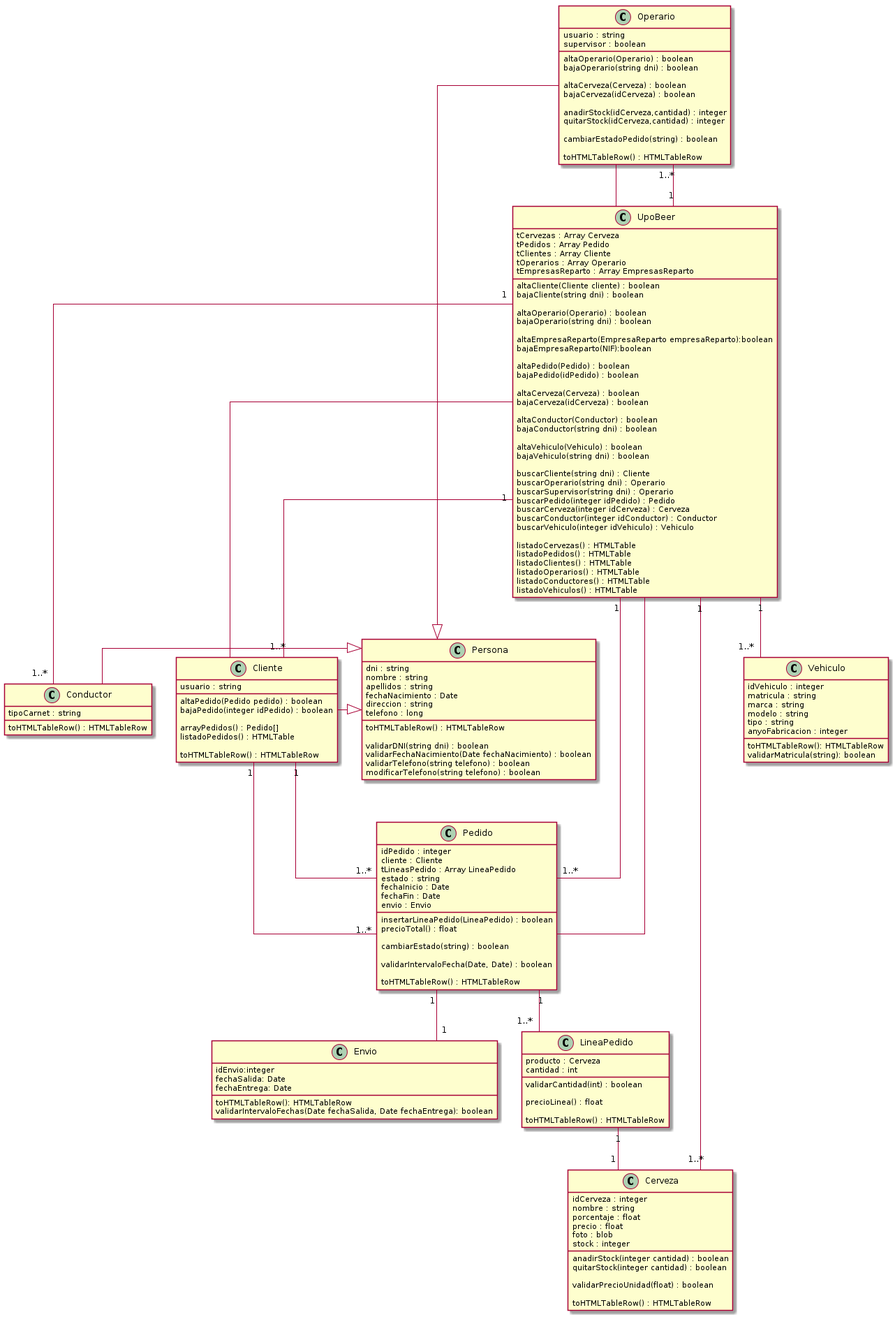
Earlier version of the PlantUML export doc/diagrama_clases.png (JavierMendezGomez/upobeer). The source it was exported from:
```plantuml
@startuml
skinparam linetype polyline
skinparam linetype ortho

class Persona{
	dni : string
	nombre : string
	apellidos : string
	fechaNacimiento : Date
	direccion : string
	telefono : long

	toHTMLTableRow() : HTMLTableRow

	validarDNI(string dni) : boolean
	validarFechaNacimiento(Date fechaNacimiento) : boolean
	validarTelefono(string telefono) : boolean
	modificarTelefono(string telefono) : boolean

}
class Conductor {
	tipoCarnet : string

	toHTMLTableRow() : HTMLTableRow
}
class Operario {
	usuario : string
	supervisor : boolean


	altaOperario(Operario) : boolean
	bajaOperario(string dni) : boolean

	altaCerveza(Cerveza) : boolean
	bajaCerveza(idCerveza) : boolean

	anadirStock(idCerveza,cantidad) : integer
	quitarStock(idCerveza,cantidad) : integer

	cambiarEstadoPedido(string) : boolean

	toHTMLTableRow() : HTMLTableRow
}
Operario -- UpoBeer

class Cliente {
	usuario : string
	altaPedido(Pedido pedido) : boolean
	bajaPedido(integer idPedido) : boolean

	arrayPedidos() : Pedido[]
	listadoPedidos() : HTMLTable

	toHTMLTableRow() : HTMLTableRow
}
Cliente -- UpoBeer

class Cerveza{
	idCerveza : integer
	nombre : string
	porcentaje : float
	precio : float
	foto : blob
	stock : integer

	anadirStock(integer cantidad) : boolean
	quitarStock(integer cantidad) : boolean

	validarPrecioUnidad(float) : boolean

	toHTMLTableRow() : HTMLTableRow
}

class Pedido {
	idPedido : integer
	cliente : Cliente
	tLineasPedido : Array LineaPedido
	estado : string
	fechaInicio : Date
	fechaFin : Date
	envio : Envio

	insertarLineaPedido(LineaPedido) : boolean
	precioTotal() : float

	cambiarEstado(string) : boolean

	validarIntervaloFecha(Date, Date) : boolean

	toHTMLTableRow() : HTMLTableRow
}
Pedido -- UpoBeer
Pedido "1" -- "1"Envio

class LineaPedido{
	producto : Cerveza
	cantidad : int

	validarCantidad(int) : boolean

	precioLinea() : float

	toHTMLTableRow() : HTMLTableRow
}

class UpoBeer {
	tCervezas : Array Cerveza
	tPedidos : Array Pedido
	tClientes : Array Cliente
	tOperarios : Array Operario
	tEmpresasReparto : Array EmpresasReparto

	altaCliente(Cliente cliente) : boolean
	bajaCliente(string dni) : boolean

	altaOperario(Operario) : boolean
	bajaOperario(string dni) : boolean

	altaEmpresaReparto(EmpresaReparto empresaReparto):boolean
	bajaEmpresaReparto(NIF):boolean

	altaPedido(Pedido) : boolean
	bajaPedido(idPedido) : boolean

	altaCerveza(Cerveza) : boolean
	bajaCerveza(idCerveza) : boolean

	altaConductor(Conductor) : boolean
	bajaConductor(string dni) : boolean

	altaVehiculo(Vehiculo) : boolean
	bajaVehiculo(string dni) : boolean

	buscarCliente(string dni) : Cliente
	buscarOperario(string dni) : Operario
	buscarSupervisor(string dni) : Operario
	buscarPedido(integer idPedido) : Pedido
	buscarCerveza(integer idCerveza) : Cerveza
	buscarConductor(integer idConductor) : Conductor
	buscarVehiculo(integer idVehiculo) : Vehiculo

	listadoCervezas() : HTMLTable
	listadoPedidos() : HTMLTable
	listadoClientes() : HTMLTable
	listadoOperarios() : HTMLTable
	listadoConductores() : HTMLTable
	listadoVehiculos() : HTMLTable
}
UpoBeer "1" -- "1..*" Conductor
UpoBeer "1" -- "1..*" Vehiculo
UpoBeer "1" -- "1..*" Operario
UpoBeer "1" -- "1..*" Cliente
UpoBeer "1" -- "1..*" Cerveza
UpoBeer "1" -- "1..*" Pedido

class Envio{
	idEnvio:integer
	fechaSalida: Date
	fechaEntrega: Date

	toHTMLTableRow(): HTMLTableRow
	validarIntervaloFechas(Date fechaSalida, Date fechaEntrega): boolean
}

class Vehiculo{
	idVehiculo : integer
	matricula : string
	marca : string
	modelo : string
	tipo : string
	anyoFabricacion : integer

	toHTMLTableRow(): HTMLTableRow
	validarMatricula(string): boolean
}


Operario -|> Persona
Conductor -|> Persona
Cliente -|> Persona
Cliente "1" -- "1..*" Pedido

LineaPedido "1" -- "1" Cerveza
Pedido "1..*" -- "1" Cliente
Pedido "1" -- "1..*" LineaPedido
@enduml
```
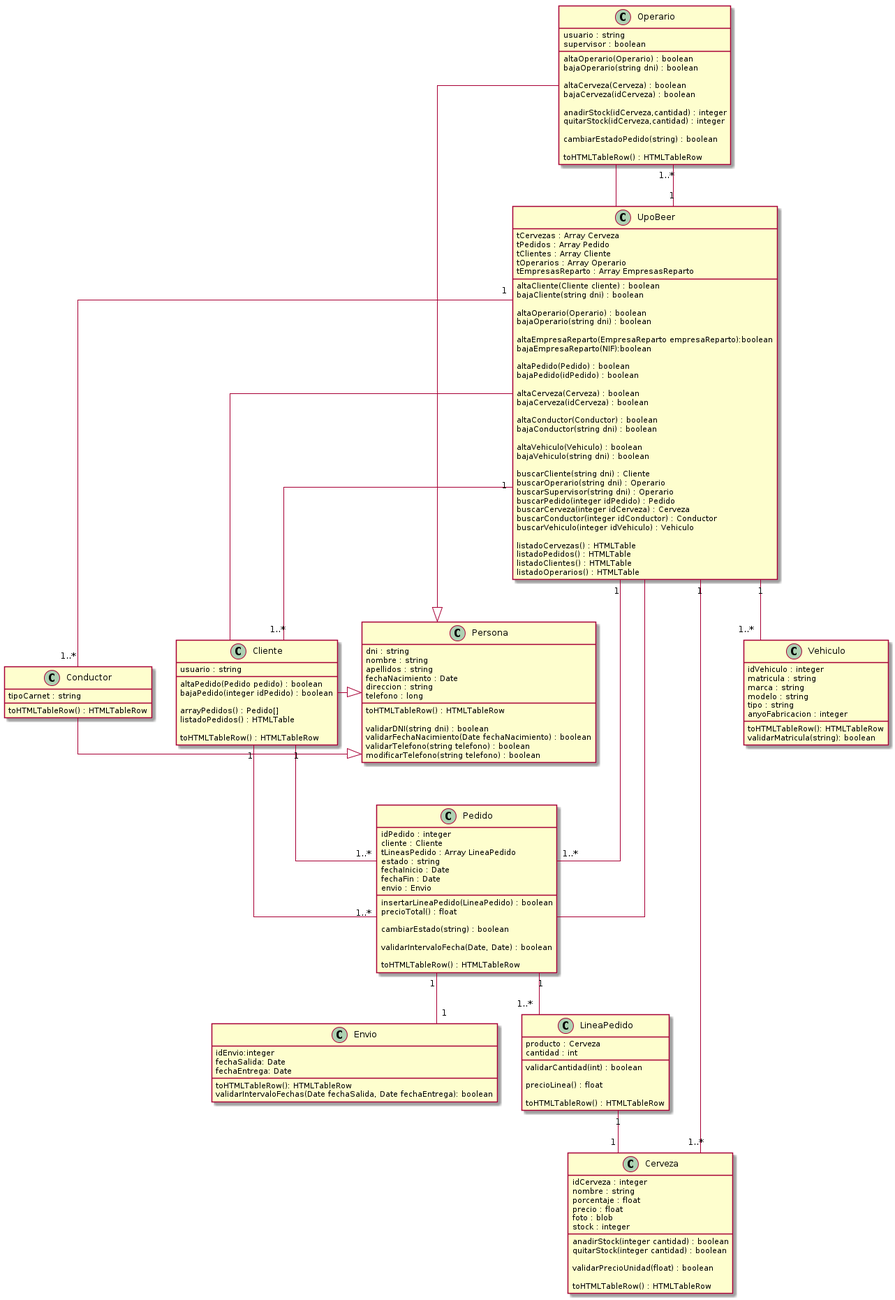
Later version of the same file.

Commit message:
Actualizar diagrama, peinado final del modelo

The edit, as a diff of the source:
```diff
@@ -143,8 +143,6 @@
 	listadoPedidos() : HTMLTable
 	listadoClientes() : HTMLTable
 	listadoOperarios() : HTMLTable
-	listadoConductores() : HTMLTable
-	listadoVehiculos() : HTMLTable
 }
 UpoBeer "1" -- "1..*" Conductor
 UpoBeer "1" -- "1..*" Vehiculo
```
